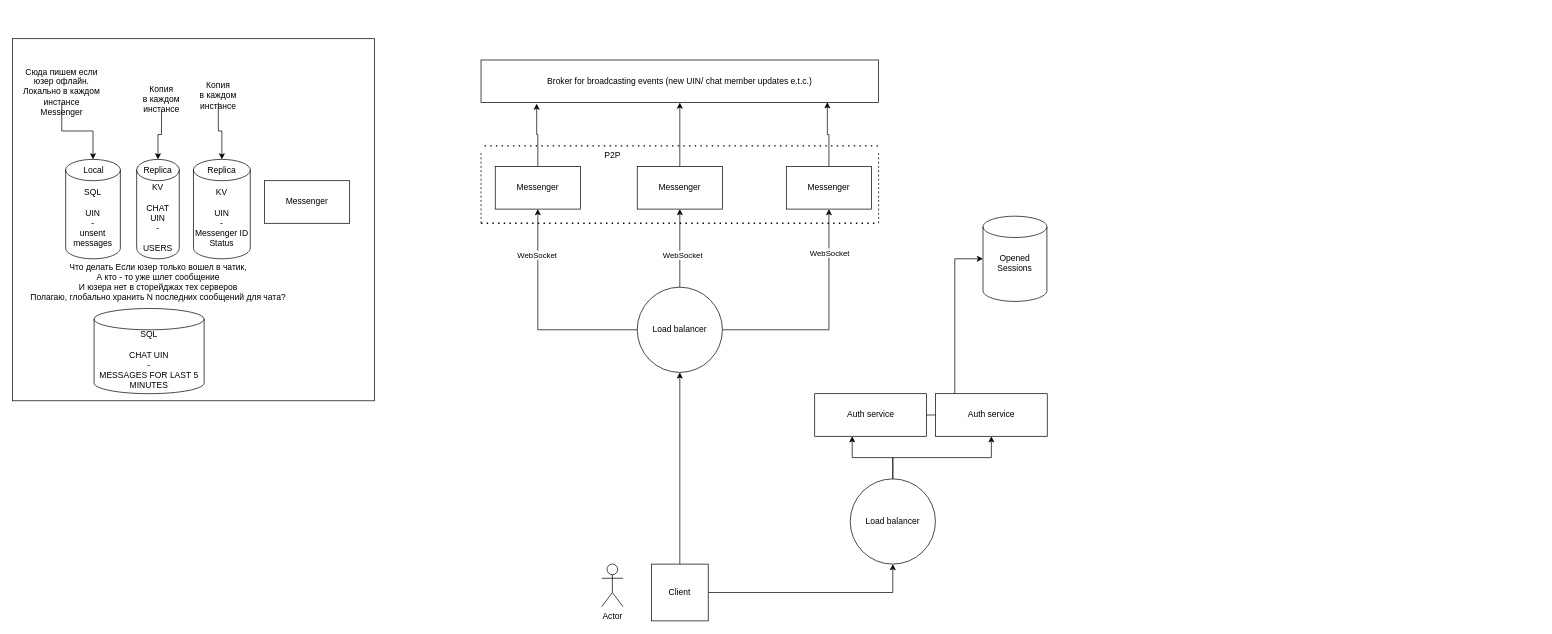
The draw.io diagram Диаграмма без названия.drawio in Refreezer/diagrams, before the edit. Source tidied: cells renumbered, new cells numbered last; positions are measured from the earlier drawing's top-left corner, leaving out a move shared by most shapes. Both pictures are drawn from the tidied source at 71%, with x=0, y=0 at pixel (12, 38).
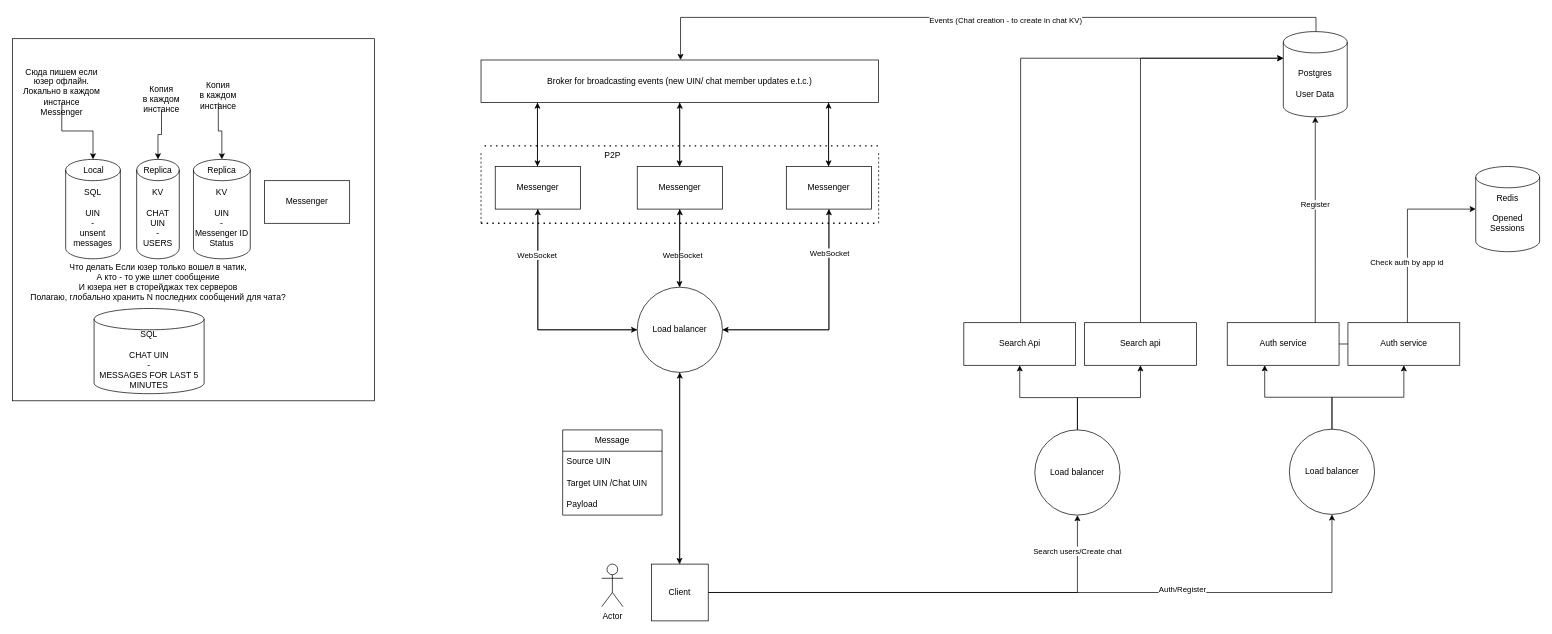
After the change.

Unchanged cells that the change refers to:
```xml
<mxCell id="3" value="Messenger" style="rounded=0;whiteSpace=wrap;html=1;" parent="1" vertex="1">
  <mxGeometry x="680" y="180" width="120" height="60" as="geometry" />
</mxCell>
<mxCell id="6" value="Messenger" style="rounded=0;whiteSpace=wrap;html=1;" parent="1" vertex="1">
  <mxGeometry x="1090" y="180" width="120" height="60" as="geometry" />
</mxCell>
<mxCell id="8" style="edgeStyle=orthogonalEdgeStyle;rounded=0;jettySize=auto;html=1;entryX=0.5;entryY=1;entryDx=0;entryDy=0;" parent="1" edge="1" source="9" target="20">
  <mxGeometry relative="1" as="geometry" />
</mxCell>
<mxCell id="9" value="Client" style="whiteSpace=wrap;html=1;" parent="1" vertex="1">
  <mxGeometry x="900" y="740" width="80" height="80" as="geometry" />
</mxCell>
<mxCell id="16" value="Load balancer&lt;br&gt;" style="ellipse;whiteSpace=wrap;html=1;" parent="1" vertex="1">
  <mxGeometry x="880" y="350" width="120" height="120" as="geometry" />
</mxCell>
<mxCell id="22" style="edgeStyle=orthogonalEdgeStyle;rounded=0;jettySize=auto;html=1;entryX=0;entryY=0.5;entryDx=0;entryDy=0;entryPerimeter=0;" parent="1" edge="1" source="18" target="21">
  <mxGeometry relative="1" as="geometry" />
</mxCell>
<mxCell id="30" value="Broker for broadcasting events (new UIN/ chat member updates e.t.c.)" style="rounded=0;whiteSpace=wrap;html=1;" parent="1" vertex="1">
  <mxGeometry x="660" y="30" width="560" height="60" as="geometry" />
</mxCell>
<mxCell id="33" style="group;" parent="1" vertex="1">
  <mxGeometry x="70" y="110" width="405" height="268" as="geometry" />
</mxCell>
```

What changed in the source:
```diff
@@
+    <mxCell id="49" style="edgeStyle=orthogonalEdgeStyle;rounded=0;jettySize=auto;html=1;entryX=0;entryY=0.5;entryDx=0;entryDy=0;" parent="1" edge="1" source="3" target="16">
+      <mxGeometry relative="1" as="geometry">
+        <Array as="points">
+          <mxPoint x="740" y="410" />
+        </Array>
+      </mxGeometry>
+    </mxCell>
@@
+    <mxCell id="50" style="edgeStyle=orthogonalEdgeStyle;rounded=0;jettySize=auto;html=1;entryX=1;entryY=0.5;entryDx=0;entryDy=0;" parent="1" edge="1" source="6" target="16">
+      <mxGeometry relative="1" as="geometry">
+        <Array as="points">
+          <mxPoint x="1150" y="410" />
+        </Array>
+      </mxGeometry>
+    </mxCell>
@@
+    <mxCell id="51" style="edgeStyle=orthogonalEdgeStyle;rounded=0;jettySize=auto;html=1;entryX=0.5;entryY=1;entryDx=0;entryDy=0;" parent="1" edge="1" source="9" target="60">
+      <mxGeometry relative="1" as="geometry" />
+    </mxCell>
+    <mxCell id="52" value="Search users/Create chat" style="edgeLabel;html=1;align=center;verticalAlign=middle;" parent="51" vertex="1">
+      <mxGeometry x="0.84" y="1" relative="1" as="geometry" />
+    </mxCell>
@@
+    <mxCell id="53" value="Auth/Register" style="edgeLabel;html=1;align=center;verticalAlign=middle;" parent="8" vertex="1">
+      <mxGeometry x="0.35" y="5" relative="1" as="geometry" />
+    </mxCell>
@@
     <mxCell id="18" value="Auth service" style="whiteSpace=wrap;html=1;direction=south;" parent="1" vertex="1">
-      <mxGeometry x="1130" y="500" width="157.5" height="60" as="geometry" />
+      <mxGeometry x="1711" y="400" width="157.5" height="60" as="geometry" />
     </mxCell>
@@
     <mxCell id="20" value="Load balancer" style="ellipse;whiteSpace=wrap;html=1;" parent="1" vertex="1">
-      <mxGeometry x="1180" y="620" width="120" height="120" as="geometry" />
+      <mxGeometry x="1798.5" y="550" width="120" height="120" as="geometry" />
     </mxCell>
-    <mxCell id="21" value="Opened&lt;br&gt;&lt;div&gt;Sessions&lt;/div&gt;&lt;div&gt;&lt;br&gt;&lt;/div&gt;" style="shape=cylinder3;whiteSpace=wrap;html=1;boundedLbl=1;backgroundOutline=1;size=15;" parent="1" vertex="1">
-      <mxGeometry x="1367" y="250" width="90" height="120" as="geometry" />
+    <mxCell id="21" value="Redis&lt;br&gt;&lt;br&gt;Opened&lt;br&gt;&lt;div&gt;Sessions&lt;/div&gt;&lt;div&gt;&lt;br&gt;&lt;/div&gt;" style="shape=cylinder3;whiteSpace=wrap;html=1;boundedLbl=1;backgroundOutline=1;size=15;" parent="1" vertex="1">
+      <mxGeometry x="2061" y="180" width="90" height="120" as="geometry" />
     </mxCell>
@@
+    <mxCell id="54" value="Check auth by app id" style="edgeLabel;html=1;align=center;verticalAlign=middle;" parent="22" vertex="1">
+      <mxGeometry x="0.11" y="1" relative="1" as="geometry" />
+    </mxCell>
     <mxCell id="23" value="Auth service" style="whiteSpace=wrap;html=1;direction=south;" parent="1" vertex="1">
-      <mxGeometry x="1300" y="500" width="157.5" height="60" as="geometry" />
+      <mxGeometry x="1881" y="400" width="157.5" height="60" as="geometry" />
     </mxCell>
@@
-    <mxCell id="31" style="edgeStyle=orthogonalEdgeStyle;rounded=0;jettySize=auto;html=1;entryX=0.14;entryY=1.025;entryDx=0;entryDy=0;entryPerimeter=0;" parent="1" edge="1" source="3" target="30">
-      <mxGeometry relative="1" as="geometry" />
-    </mxCell>
-    <mxCell id="32" style="edgeStyle=orthogonalEdgeStyle;rounded=0;jettySize=auto;html=1;entryX=0.871;entryY=0.989;entryDx=0;entryDy=0;entryPerimeter=0;" parent="1" edge="1" source="6" target="30">
-      <mxGeometry relative="1" as="geometry" />
-    </mxCell>
@@
-    <mxCell id="36" value="KV&lt;br&gt;&lt;br&gt;CHAT&lt;br&gt;UIN&lt;br&gt;-&lt;br&gt;&lt;br&gt;USERS" style="shape=cylinder3;whiteSpace=wrap;html=1;boundedLbl=1;backgroundOutline=1;size=15;" parent="33" vertex="1">
+    <mxCell id="36" value="KV&lt;br&gt;&lt;br&gt;CHAT&lt;br&gt;UIN&lt;br&gt;-&lt;br&gt;USERS" style="shape=cylinder3;whiteSpace=wrap;html=1;boundedLbl=1;backgroundOutline=1;size=15;" parent="33" vertex="1">
       <mxGeometry x="105" y="60" width="60" height="140" as="geometry" />
     </mxCell>
@@
+    <mxCell id="55" value="Postgres&lt;br&gt;&lt;br&gt;User Data&lt;br&gt;" style="shape=cylinder3;whiteSpace=wrap;html=1;boundedLbl=1;backgroundOutline=1;size=15;" parent="1" vertex="1">
+      <mxGeometry x="1790" y="-10" width="90" height="120" as="geometry" />
+    </mxCell>
+    <mxCell id="56" style="edgeStyle=orthogonalEdgeStyle;rounded=0;jettySize=auto;html=1;entryX=0.5;entryY=1;entryDx=0;entryDy=0;entryPerimeter=0;" parent="1" edge="1" source="18" target="55">
+      <mxGeometry relative="1" as="geometry">
+        <Array as="points">
+          <mxPoint x="1835" y="320" />
+          <mxPoint x="1835" y="320" />
+        </Array>
+      </mxGeometry>
+    </mxCell>
+    <mxCell id="57" value="Register" style="edgeLabel;html=1;align=center;verticalAlign=middle;" parent="56" vertex="1">
+      <mxGeometry x="0.15" y="1" relative="1" as="geometry" />
+    </mxCell>
+    <mxCell id="58" style="edgeStyle=orthogonalEdgeStyle;rounded=0;jettySize=auto;html=1;entryX=1;entryY=0.5;entryDx=0;entryDy=0;" parent="1" edge="1" source="60" target="62">
+      <mxGeometry relative="1" as="geometry" />
+    </mxCell>
+    <mxCell id="59" style="edgeStyle=orthogonalEdgeStyle;rounded=0;jettySize=auto;html=1;entryX=1;entryY=0.5;entryDx=0;entryDy=0;" parent="1" edge="1" source="60" target="61">
+      <mxGeometry relative="1" as="geometry" />
+    </mxCell>
+    <mxCell id="60" value="Load balancer" style="ellipse;whiteSpace=wrap;html=1;" parent="1" vertex="1">
+      <mxGeometry x="1440" y="551" width="120" height="120" as="geometry" />
+    </mxCell>
+    <mxCell id="61" value="Search Api" style="whiteSpace=wrap;html=1;direction=south;" parent="1" vertex="1">
+      <mxGeometry x="1340" y="400" width="157.5" height="60" as="geometry" />
+    </mxCell>
+    <mxCell id="62" value="Search api" style="whiteSpace=wrap;html=1;direction=south;" parent="1" vertex="1">
+      <mxGeometry x="1510" y="400" width="157.5" height="60" as="geometry" />
+    </mxCell>
+    <mxCell id="63" style="edgeStyle=orthogonalEdgeStyle;rounded=0;jettySize=auto;html=1;entryX=0;entryY=0;entryDx=0;entryDy=37.5;entryPerimeter=0;" parent="1" edge="1" source="62" target="55">
+      <mxGeometry relative="1" as="geometry">
+        <Array as="points">
+          <mxPoint x="1589" y="27" />
+        </Array>
+      </mxGeometry>
+    </mxCell>
+    <mxCell id="64" style="edgeStyle=orthogonalEdgeStyle;rounded=0;jettySize=auto;html=1;entryX=0;entryY=0;entryDx=0;entryDy=37.5;entryPerimeter=0;" parent="1" edge="1" source="61" target="55">
+      <mxGeometry relative="1" as="geometry">
+        <Array as="points">
+          <mxPoint x="1420" y="27" />
+        </Array>
+      </mxGeometry>
+    </mxCell>
+    <mxCell id="65" style="edgeStyle=orthogonalEdgeStyle;rounded=0;orthogonalLoop=1;jettySize=auto;html=1;exitX=0.5;exitY=0;exitDx=0;exitDy=0;exitPerimeter=0;" parent="1" edge="1">
+      <mxGeometry relative="1" as="geometry">
+        <mxPoint x="1836" y="-10" as="sourcePoint" />
+        <mxPoint x="941" y="30" as="targetPoint" />
+        <Array as="points">
+          <mxPoint x="1836" y="-30" />
+          <mxPoint x="941" y="-30" />
+        </Array>
+      </mxGeometry>
+    </mxCell>
+    <mxCell id="66" value="Events (Chat creation - to create in chat KV)" style="edgeLabel;html=1;align=center;verticalAlign=middle;" parent="65" vertex="1">
+      <mxGeometry x="-0.06" y="4" relative="1" as="geometry" />
+    </mxCell>
+    <mxCell id="67" value="Message" style="swimlane;fontStyle=0;horizontal=1;startSize=30;whiteSpace=wrap;html=1;" parent="1" vertex="1">
+      <mxGeometry x="775" y="551" width="140" height="120" as="geometry" />
+    </mxCell>
+    <mxCell id="68" value="Source UIN" style="text;strokeColor=none;fillColor=none;align=left;verticalAlign=middle;spacingLeft=4;spacingRight=4;overflow=hidden;whiteSpace=wrap;html=1;" parent="67" vertex="1">
+      <mxGeometry y="30" width="140" height="30" as="geometry" />
+    </mxCell>
+    <mxCell id="69" value="Target UIN /Chat UIN" style="text;strokeColor=none;fillColor=none;align=left;verticalAlign=middle;spacingLeft=4;spacingRight=4;overflow=hidden;whiteSpace=wrap;html=1;" parent="67" vertex="1">
+      <mxGeometry y="60" width="140" height="30" as="geometry" />
+    </mxCell>
+    <mxCell id="70" value="Payload" style="text;strokeColor=none;fillColor=none;align=left;verticalAlign=middle;spacingLeft=4;spacingRight=4;overflow=hidden;whiteSpace=wrap;html=1;" parent="67" vertex="1">
+      <mxGeometry y="90" width="140" height="30" as="geometry" />
+    </mxCell>
+    <mxCell id="71" style="edgeStyle=orthogonalEdgeStyle;rounded=0;orthogonalLoop=1;jettySize=auto;html=1;entryX=0.5;entryY=1;entryDx=0;entryDy=0;" parent="1" edge="1">
+      <mxGeometry relative="1" as="geometry">
+        <mxPoint x="939.5" y="470" as="sourcePoint" />
+        <mxPoint x="939.5" y="740" as="targetPoint" />
+      </mxGeometry>
+    </mxCell>
+    <mxCell id="72" style="edgeStyle=orthogonalEdgeStyle;rounded=0;orthogonalLoop=1;jettySize=auto;html=1;entryX=0.5;entryY=1;entryDx=0;entryDy=0;" parent="1" edge="1">
+      <mxGeometry relative="1" as="geometry">
+        <mxPoint x="939.5" y="240" as="sourcePoint" />
+        <mxPoint x="939.5" y="350" as="targetPoint" />
+      </mxGeometry>
+    </mxCell>
+    <mxCell id="73" style="edgeStyle=orthogonalEdgeStyle;rounded=0;orthogonalLoop=1;jettySize=auto;html=1;entryX=0.5;entryY=1;entryDx=0;entryDy=0;" parent="1" edge="1">
+      <mxGeometry relative="1" as="geometry">
+        <mxPoint x="1149.5" y="180" as="sourcePoint" />
+        <mxPoint x="1149.5" y="90" as="targetPoint" />
+      </mxGeometry>
+    </mxCell>
+    <mxCell id="74" style="edgeStyle=orthogonalEdgeStyle;rounded=0;orthogonalLoop=1;jettySize=auto;html=1;entryX=0.5;entryY=1;entryDx=0;entryDy=0;" parent="1" edge="1">
+      <mxGeometry relative="1" as="geometry">
+        <mxPoint x="1149.5" y="90" as="sourcePoint" />
+        <mxPoint x="1149.5" y="180" as="targetPoint" />
+        <Array as="points">
+          <mxPoint x="1149" y="100" />
+          <mxPoint x="1149" y="100" />
+        </Array>
+      </mxGeometry>
+    </mxCell>
+    <mxCell id="75" style="edgeStyle=orthogonalEdgeStyle;rounded=0;orthogonalLoop=1;jettySize=auto;html=1;entryX=0.5;entryY=1;entryDx=0;entryDy=0;" parent="1" edge="1">
+      <mxGeometry relative="1" as="geometry">
+        <mxPoint x="939.5" y="90" as="sourcePoint" />
+        <mxPoint x="939.5" y="180" as="targetPoint" />
+      </mxGeometry>
+    </mxCell>
+    <mxCell id="76" style="edgeStyle=orthogonalEdgeStyle;rounded=0;orthogonalLoop=1;jettySize=auto;html=1;entryX=0.5;entryY=1;entryDx=0;entryDy=0;" parent="1" edge="1">
+      <mxGeometry relative="1" as="geometry">
+        <mxPoint x="739.5" y="180" as="sourcePoint" />
+        <mxPoint x="739.5" y="90" as="targetPoint" />
+      </mxGeometry>
+    </mxCell>
+    <mxCell id="77" style="edgeStyle=orthogonalEdgeStyle;rounded=0;orthogonalLoop=1;jettySize=auto;html=1;entryX=0.5;entryY=1;entryDx=0;entryDy=0;" parent="1" edge="1">
+      <mxGeometry relative="1" as="geometry">
+        <mxPoint x="739.5" y="90" as="sourcePoint" />
+        <mxPoint x="739.5" y="180" as="targetPoint" />
+      </mxGeometry>
+    </mxCell>
```
